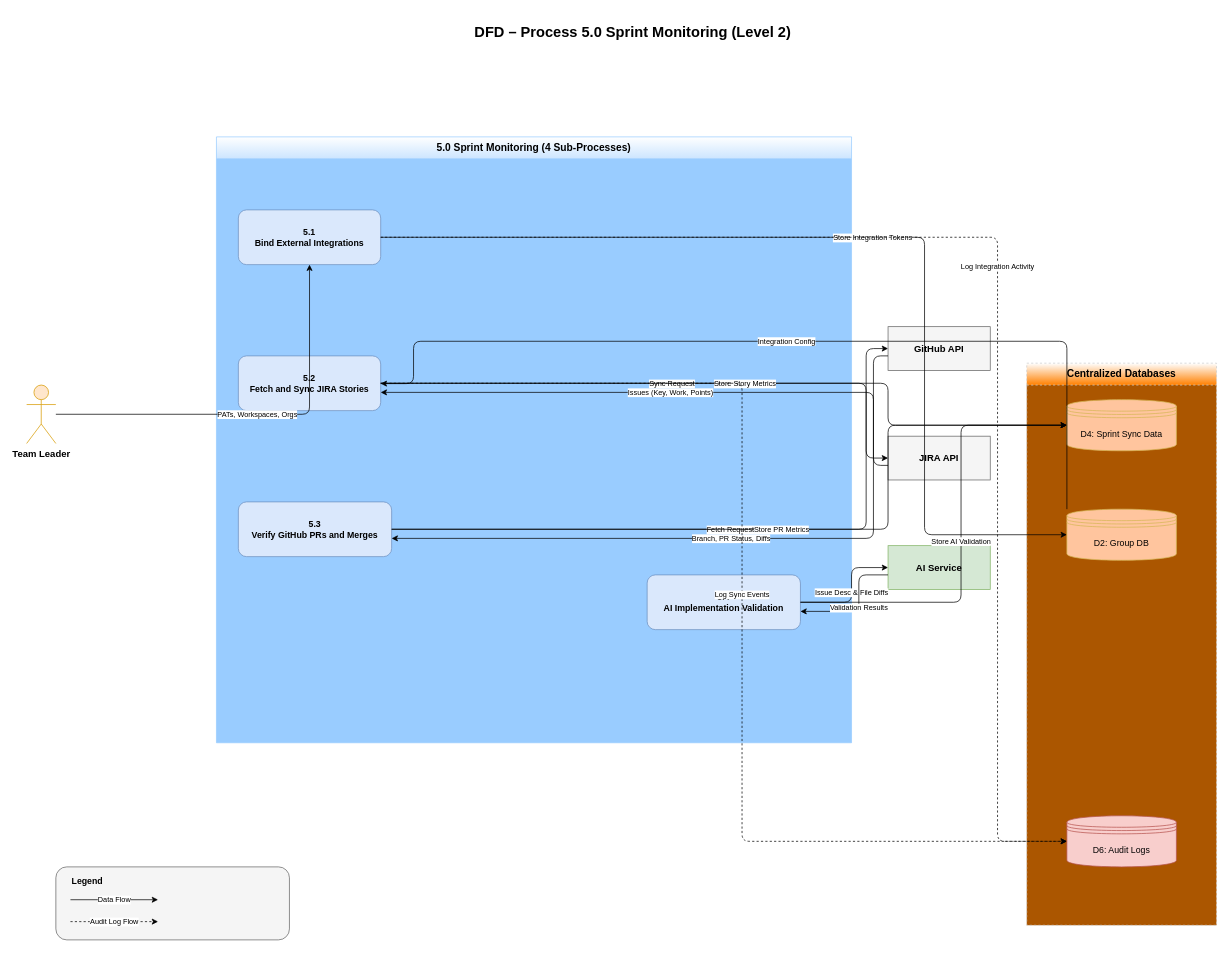
Above: docs/dfd_sprint_monitoring.drawio in SE3318-Spring-2025-2026/senior-app-1 (draw.io), before the change. Source tidied: cells renumbered, new cells numbered last; positions are measured from the earlier drawing's top-left corner, leaving out a move shared by most shapes. Both pictures are drawn from the tidied source at 73%, with x=0, y=0 at pixel (26, 12).
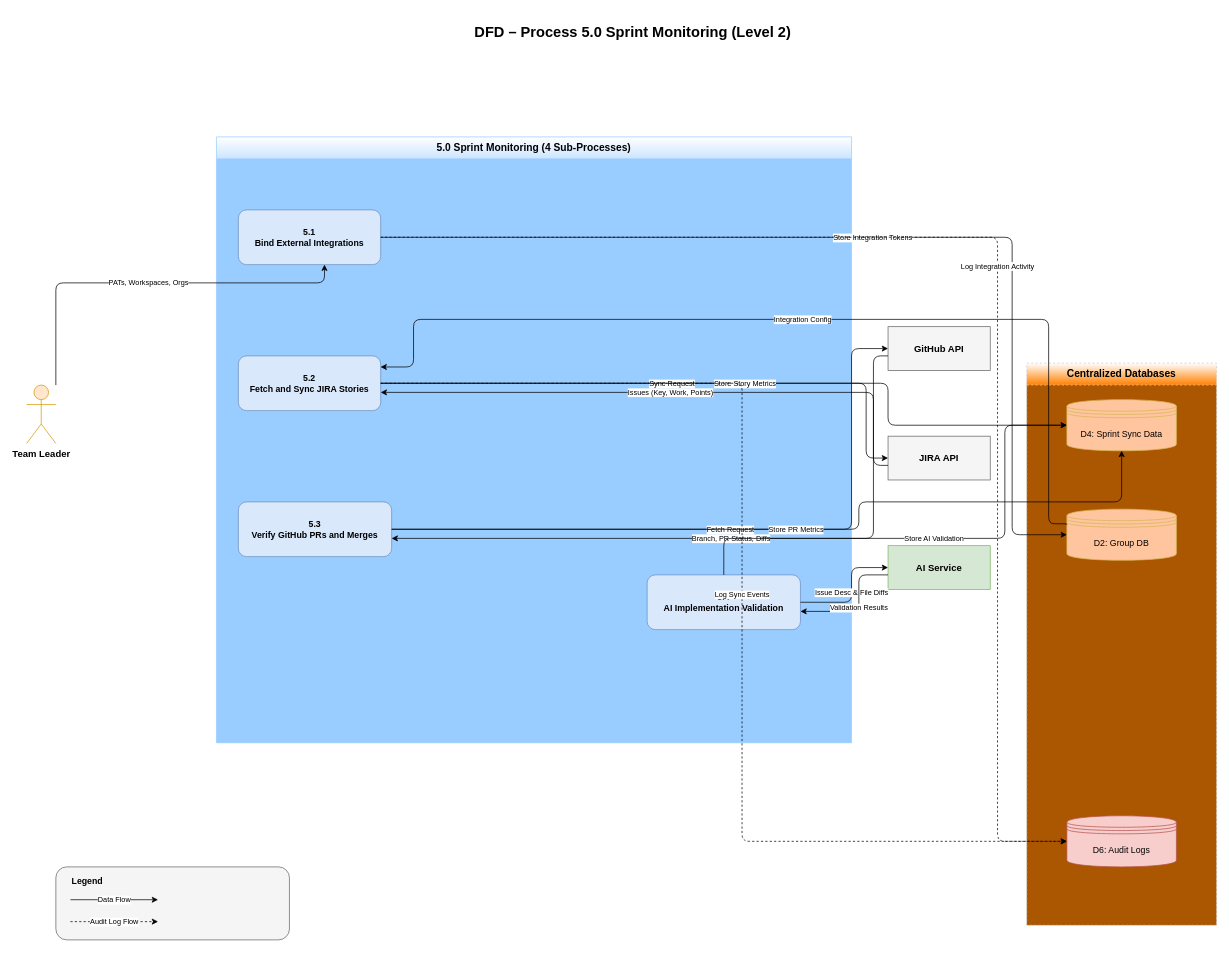
The same page after the edit.

Unchanged cells that the change refers to:
```xml
<mxCell id="7" value="Team Leader" style="shape=umlActor;verticalLabelPosition=bottom;verticalAlign=top;html=1;outlineConnect=0;fillColor=#ffe6cc;strokeColor=#d79b00;fontSize=13;fontStyle=1;" parent="1" vertex="1">
  <mxGeometry y="510" width="40" height="80" as="geometry" />
</mxCell>
<mxCell id="8" value="GitHub API" style="whiteSpace=wrap;html=1;fillColor=#f5f5f5;strokeColor=#666666;fontSize=13;fontStyle=1;" parent="1" vertex="1">
  <mxGeometry x="1180" y="430" width="140" height="60" as="geometry" />
</mxCell>
<mxCell id="11" value="5.0 Sprint Monitoring (4 Sub-Processes)" style="swimlane;whiteSpace=wrap;html=1;fontSize=14;fontStyle=1;startSize=30;strokeColor=#99CCFF;fillColor=default;gradientColor=#CCE5FF;swimlaneFillColor=#99CCFF;" parent="1" vertex="1">
  <mxGeometry x="260" y="170" width="870" height="830" as="geometry" />
</mxCell>
<mxCell id="12" value="5.1&#10;Bind External Integrations" style="rounded=1;whiteSpace=wrap;html=1;fillColor=#dae8fc;strokeColor=#6c8ebf;fontSize=12;fontStyle=1;" parent="11" vertex="1">
  <mxGeometry x="30" y="100" width="195" height="75" as="geometry" />
</mxCell>
<mxCell id="13" value="5.2&#10;Fetch and Sync JIRA Stories" style="rounded=1;whiteSpace=wrap;html=1;fillColor=#dae8fc;strokeColor=#6c8ebf;fontSize=12;fontStyle=1;" parent="11" vertex="1">
  <mxGeometry x="30" y="300" width="195" height="75" as="geometry" />
</mxCell>
<mxCell id="14" value="5.3&#10;Verify GitHub PRs and Merges" style="rounded=1;whiteSpace=wrap;html=1;fillColor=#dae8fc;strokeColor=#6c8ebf;fontSize=12;fontStyle=1;" parent="11" vertex="1">
  <mxGeometry x="30" y="500" width="210" height="75" as="geometry" />
</mxCell>
<mxCell id="15" value="5.4&#10;AI Implementation Validation" style="rounded=1;whiteSpace=wrap;html=1;fillColor=#dae8fc;strokeColor=#6c8ebf;fontSize=12;fontStyle=1;" parent="11" vertex="1">
  <mxGeometry x="590" y="600" width="210" height="75" as="geometry" />
</mxCell>
<mxCell id="17" value="D4: Sprint Sync Data" style="shape=datastore;whiteSpace=wrap;html=1;fillColor=#FFC59E;strokeColor=#d6b656;fontSize=12;" parent="16" vertex="1">
  <mxGeometry x="55" y="50" width="150" height="70" as="geometry" />
</mxCell>
<mxCell id="18" value="D2: Group DB" style="shape=datastore;whiteSpace=wrap;html=1;fillColor=#FFC59E;strokeColor=#d6b656;fontSize=12;" parent="16" vertex="1">
  <mxGeometry x="55" y="200" width="150" height="70" as="geometry" />
</mxCell>
```

Change to the diagram source:
```diff
@@
+    <mxCell id="20" value="PATs, Workspaces, Orgs" style="edgeStyle=orthogonalEdgeStyle;rounded=1;html=1;fontSize=10;" parent="11" edge="1">
+      <mxGeometry relative="1" as="geometry">
+        <mxPoint x="-220" y="340" as="sourcePoint" />
+        <mxPoint x="148" y="175" as="targetPoint" />
+        <Array as="points">
+          <mxPoint x="-220" y="200" />
+          <mxPoint x="148" y="200" />
+        </Array>
+      </mxGeometry>
+    </mxCell>
@@
-    <mxCell id="20" value="PATs, Workspaces, Orgs" style="edgeStyle=orthogonalEdgeStyle;rounded=1;html=1;fontSize=10;" parent="1" edge="1" source="7" target="12">
-      <mxGeometry relative="1" as="geometry" />
-    </mxCell>
     <mxCell id="21" value="Store Integration Tokens" style="edgeStyle=orthogonalEdgeStyle;rounded=1;html=1;fontSize=10;" parent="1" edge="1" source="12" target="18">
       <mxGeometry relative="1" as="geometry">
         <Array as="points">
-          <mxPoint x="1230" y="308" />
-          <mxPoint x="1230" y="715" />
+          <mxPoint x="1350" y="307" />
+          <mxPoint x="1350" y="715" />
         </Array>
       </mxGeometry>
     </mxCell>
-    <mxCell id="22" value="Integration Config" style="edgeStyle=orthogonalEdgeStyle;rounded=1;html=1;fontSize=10;" parent="1" edge="1" source="18" target="13">
+    <mxCell id="22" value="Integration Config" style="edgeStyle=orthogonalEdgeStyle;rounded=1;html=1;fontSize=10;entryX=0.999;entryY=0.203;entryDx=0;entryDy=0;entryPerimeter=0;exitX=0;exitY=0.3;exitDx=0;exitDy=0;" parent="1" edge="1" source="18" target="13">
       <mxGeometry relative="1" as="geometry">
         <Array as="points">
-          <mxPoint x="1425" y="715" />
-          <mxPoint x="1425" y="450" />
-          <mxPoint x="530" y="450" />
-          <mxPoint x="530" y="508" />
+          <mxPoint x="1400" y="700" />
+          <mxPoint x="1400" y="420" />
+          <mxPoint x="530" y="420" />
+          <mxPoint x="530" y="485" />
         </Array>
       </mxGeometry>
     </mxCell>
@@
     <mxCell id="26" value="Fetch Request" style="edgeStyle=orthogonalEdgeStyle;rounded=1;html=1;fontSize=10;" parent="1" edge="1" source="14" target="8">
       <mxGeometry relative="1" as="geometry">
         <Array as="points">
-          <mxPoint x="1150" y="708" />
-          <mxPoint x="1150" y="460" />
+          <mxPoint x="1130" y="707" />
+          <mxPoint x="1130" y="460" />
         </Array>
       </mxGeometry>
     </mxCell>
@@
     <mxCell id="28" value="Store PR Metrics" style="edgeStyle=orthogonalEdgeStyle;rounded=1;html=1;fontSize=10;" parent="1" edge="1" source="14" target="17">
       <mxGeometry relative="1" as="geometry">
         <Array as="points">
-          <mxPoint x="1180" y="708" />
-          <mxPoint x="1180" y="565" />
+          <mxPoint x="1140" y="708" />
+          <mxPoint x="1140" y="670" />
+          <mxPoint x="1500" y="670" />
         </Array>
       </mxGeometry>
     </mxCell>
@@
     <mxCell id="31" value="Store AI Validation" style="edgeStyle=orthogonalEdgeStyle;rounded=1;html=1;fontSize=10;" parent="1" edge="1" source="15" target="17">
       <mxGeometry relative="1" as="geometry">
         <Array as="points">
-          <mxPoint x="1280" y="808" />
-          <mxPoint x="1280" y="565" />
+          <mxPoint x="955" y="720" />
+          <mxPoint x="1340" y="720" />
+          <mxPoint x="1340" y="565" />
         </Array>
       </mxGeometry>
     </mxCell>
```
